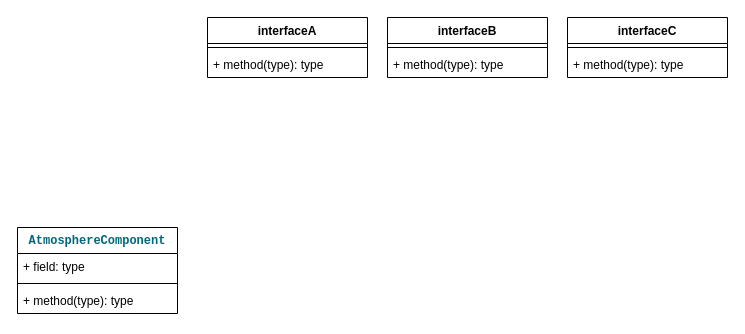
Above: DrawIOFile/未命名绘图.drawio in Hoemu/Drawio_store (draw.io), before the change. Source tidied: cells renumbered, new cells numbered last; positions are measured from the earlier drawing's top-left corner, leaving out a move shared by most shapes. Both pictures are drawn from the tidied source at 100%, with x=0, y=0 at pixel (17, 17).
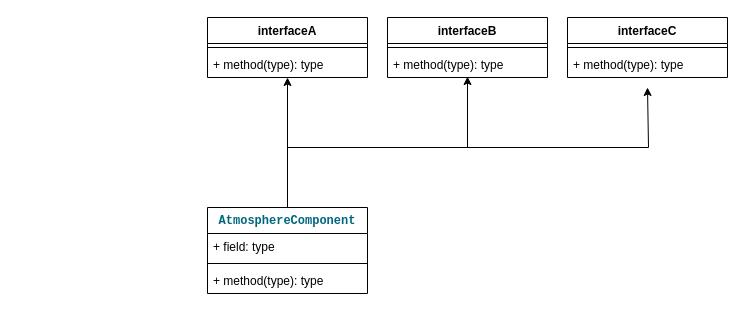
Above is the later version.

Commit message (it also covers changes not shown here):
更新未命名绘图.drawio

Unchanged cells that the change refers to:
```xml
<mxCell id="4" value="+ method(type): type" style="text;strokeColor=none;fillColor=none;align=left;verticalAlign=top;spacingLeft=4;spacingRight=4;overflow=hidden;points=[[0,0.5],[1,0.5]];portConstraint=eastwest;whiteSpace=wrap;html=1;" parent="2" vertex="1">
  <mxGeometry y="34" width="160" height="26" as="geometry" />
</mxCell>
<mxCell id="10" value="+ method(type): type" style="text;strokeColor=none;fillColor=none;align=left;verticalAlign=top;spacingLeft=4;spacingRight=4;overflow=hidden;points=[[0,0.5],[1,0.5]];portConstraint=eastwest;whiteSpace=wrap;html=1;" parent="8" vertex="1">
  <mxGeometry y="34" width="160" height="26" as="geometry" />
</mxCell>
```

The edit, as a diff of the source:
```diff
@@
+    <mxCell id="15" style="edgeStyle=orthogonalEdgeStyle;rounded=0;jettySize=auto;html=1;" parent="1" edge="1" source="11">
+      <mxGeometry relative="1" as="geometry">
+        <mxPoint x="630" y="70" as="targetPoint" />
+        <Array as="points">
+          <mxPoint x="270" y="130" />
+          <mxPoint x="631" y="130" />
+          <mxPoint x="631" y="70" />
+        </Array>
+      </mxGeometry>
+    </mxCell>
     <mxCell id="11" value="&lt;pre style=&quot;margin-top: 0px; margin-bottom: 0px;&quot;&gt;&lt;span style=&quot;color: rgb(0, 103, 124);&quot;&gt;AtmosphereComponent&lt;/span&gt;&lt;/pre&gt;" style="swimlane;fontStyle=1;align=center;verticalAlign=top;horizontal=1;startSize=26;whiteSpace=wrap;html=1;" parent="1" vertex="1">
-      <mxGeometry y="210" width="160" height="86" as="geometry" />
+      <mxGeometry x="190" y="190" width="160" height="86" as="geometry" />
     </mxCell>
@@
+    <mxCell id="16" style="edgeStyle=orthogonalEdgeStyle;rounded=0;jettySize=auto;html=1;entryX=0.5;entryY=1;entryDx=0;entryDy=0;entryPerimeter=0;" parent="1" edge="1" source="11" target="10">
+      <mxGeometry relative="1" as="geometry" />
+    </mxCell>
+    <mxCell id="17" style="edgeStyle=orthogonalEdgeStyle;rounded=0;jettySize=auto;html=1;entryX=0.5;entryY=0.962;entryDx=0;entryDy=0;entryPerimeter=0;" parent="1" edge="1" target="4">
+      <mxGeometry relative="1" as="geometry">
+        <mxPoint x="270" y="190" as="sourcePoint" />
+        <Array as="points">
+          <mxPoint x="270" y="130" />
+          <mxPoint x="450" y="130" />
+        </Array>
+      </mxGeometry>
+    </mxCell>
```
